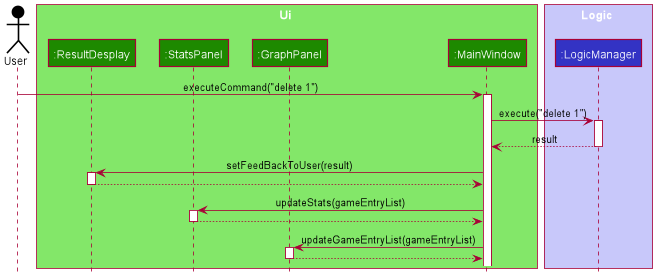
Before: docs/images/DeleteSequenceDiagram(UI).png, a diagram exported from PlantUML (yzhilong/tp). Its diagram source:
```plantuml
@startuml
!include style.puml

Actor User as user USER_COLOR

box Ui UI_COLOR_T1
participant ":ResultDesplay" as ResultDisplay UI_COLOR
participant ":StatsPanel" as StatsPanel UI_COLOR
participant ":GraphPanel" as GraphPanel UI_COLOR
participant ":MainWindow" as MainWindow UI_COLOR
end box

box Logic LOGIC_COLOR_T1
participant ":LogicManager" as LogicManager LOGIC_COLOR
end box

user -> MainWindow : executeCommand("delete 1")
activate MainWindow

MainWindow -> LogicManager : execute("delete 1")
activate LogicManager

LogicManager --> MainWindow : result
deactivate LogicManager

MainWindow -> ResultDisplay : setFeedBackToUser(result)
activate ResultDisplay

ResultDisplay --> MainWindow
deactivate ResultDisplay

MainWindow -> StatsPanel : updateStats(gameEntryList)
activate StatsPanel

StatsPanel --> MainWindow
deactivate StatsPanel

MainWindow -> GraphPanel : updateGameEntryList(gameEntryList)
activate GraphPanel

GraphPanel --> MainWindow
deactivate GraphPanel

@enduml
```
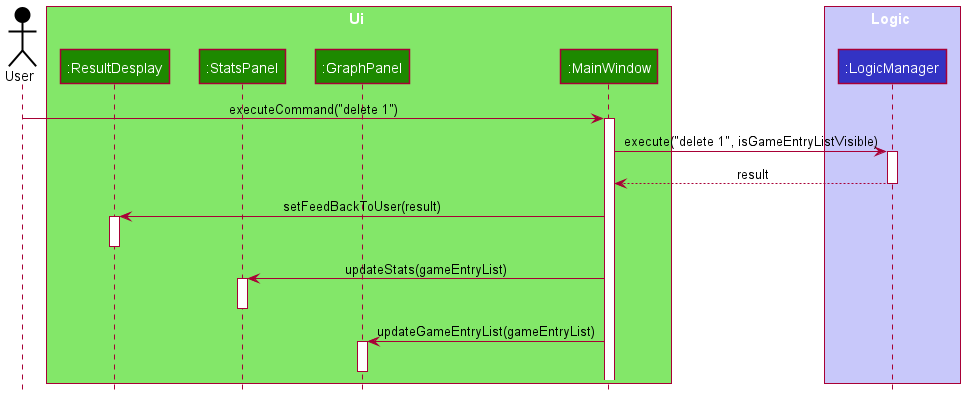
The same diagram one commit later.

Commit message:
Add logic sequence diagram

Change to the diagram source:
```diff
@@ -17,7 +17,7 @@
 user -> MainWindow : executeCommand("delete 1")
 activate MainWindow
 
-MainWindow -> LogicManager : execute("delete 1")
+MainWindow -> LogicManager : execute("delete 1", isGameEntryListVisible)
 activate LogicManager
 
 LogicManager --> MainWindow : result
@@ -26,19 +26,16 @@
 MainWindow -> ResultDisplay : setFeedBackToUser(result)
 activate ResultDisplay
 
-ResultDisplay --> MainWindow
 deactivate ResultDisplay
 
 MainWindow -> StatsPanel : updateStats(gameEntryList)
 activate StatsPanel
 
-StatsPanel --> MainWindow
 deactivate StatsPanel
 
 MainWindow -> GraphPanel : updateGameEntryList(gameEntryList)
 activate GraphPanel
 
-GraphPanel --> MainWindow
 deactivate GraphPanel
 
 @enduml
```
